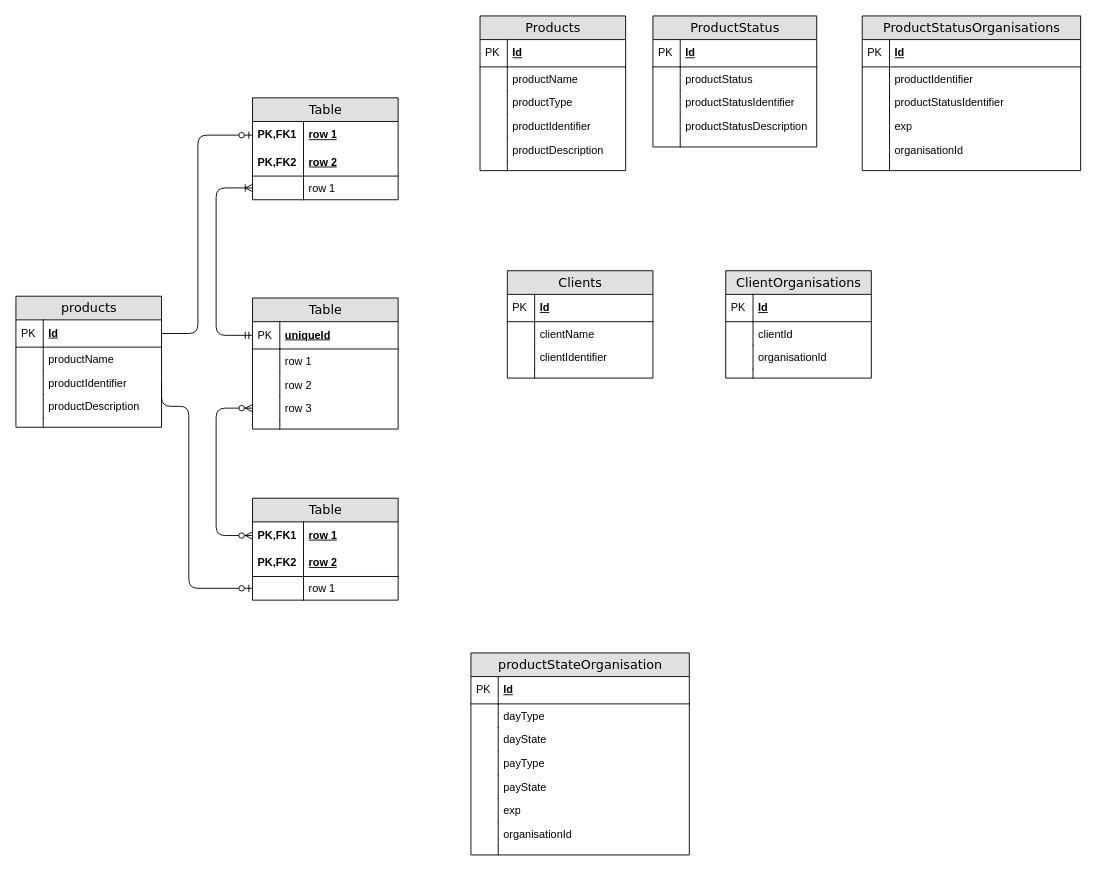
Earlier version of the draw.io diagram backStageRelation.drawio (Shiva1010/myFlow). Source tidied: cells renumbered, new cells numbered last; positions are measured from the earlier drawing's top-left corner, leaving out a move shared by most shapes. Both pictures are drawn from the tidied source at 91%, with x=0, y=0 at pixel (15, 15).
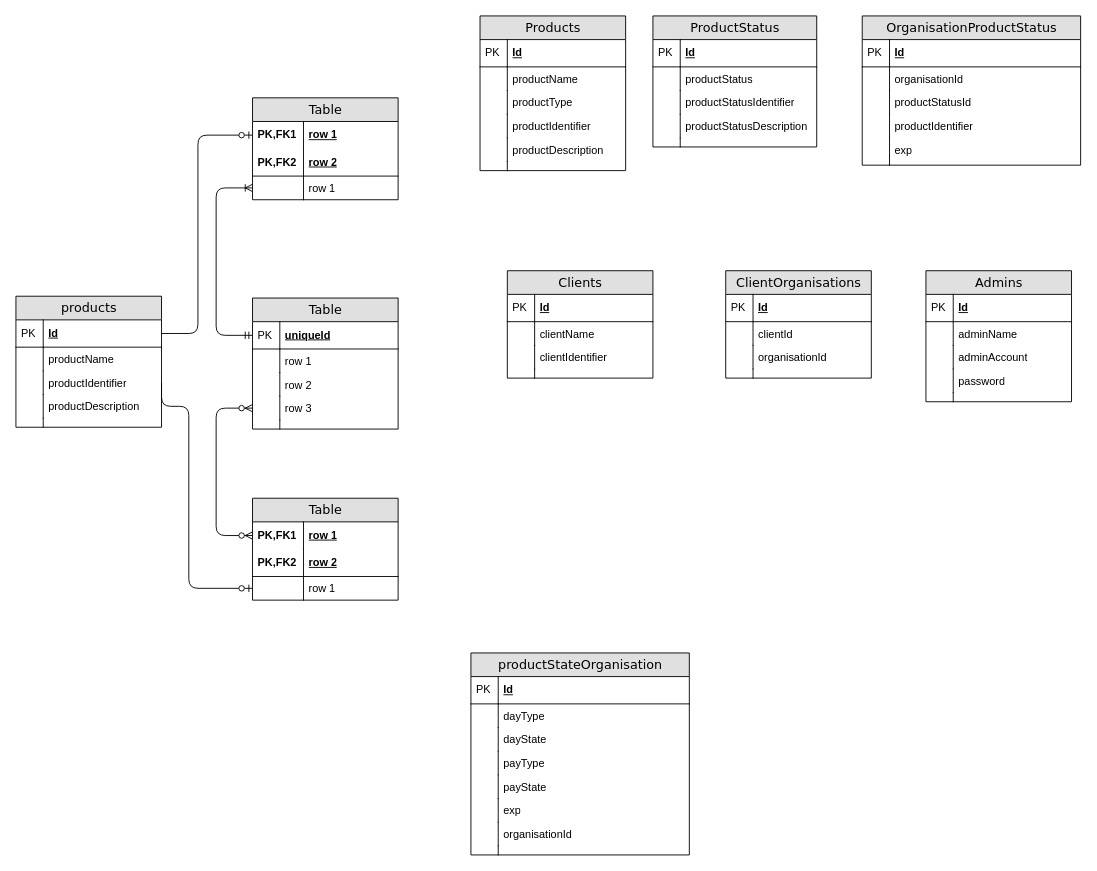
The same diagram, later.

Change to the diagram source:
```diff
@@
-    <mxCell id="42" value="ProductStatusOrganisations" style="swimlane;html=1;fontStyle=0;horizontal=1;startSize=26;fillColor=#e0e0e0;swimlaneFillColor=#ffffff;align=center;rounded=0;shadow=0;comic=0;labelBackgroundColor=none;strokeWidth=1;fontFamily=Verdana;fontSize=14;" parent="1" vertex="1">
-      <mxGeometry x="930" width="240" height="170" as="geometry" />
+    <mxCell id="42" value="OrganisationProductStatus" style="swimlane;html=1;fontStyle=0;horizontal=1;startSize=26;fillColor=#e0e0e0;swimlaneFillColor=#ffffff;align=center;rounded=0;shadow=0;comic=0;labelBackgroundColor=none;strokeWidth=1;fontFamily=Verdana;fontSize=14;" parent="1" vertex="1">
+      <mxGeometry x="930" width="240" height="164" as="geometry" />
     </mxCell>
@@
-    <mxCell id="45" value="productIdentifier" style="shape=partialRectangle;top=0;left=0;right=0;bottom=0;html=1;align=left;verticalAlign=top;fillColor=none;spacingLeft=34;spacingRight=4;whiteSpace=wrap;overflow=hidden;" parent="42" vertex="1">
-      <mxGeometry y="56" width="240" height="26" as="geometry" />
-    </mxCell>
-    <mxCell id="46" style="shape=partialRectangle;top=0;left=0;bottom=0;html=1;fillColor=none;align=left;verticalAlign=top;spacingLeft=4;spacingRight=4;whiteSpace=wrap;overflow=hidden;" parent="45" vertex="1">
-      <mxGeometry width="30" height="26" as="geometry" />
-    </mxCell>
+    <mxCell id="51" value="organisationId" style="shape=partialRectangle;top=0;left=0;right=0;bottom=0;html=1;align=left;verticalAlign=top;fillColor=none;spacingLeft=34;spacingRight=4;whiteSpace=wrap;overflow=hidden;" parent="42" vertex="1">
+      <mxGeometry y="56" width="240" height="26" as="geometry" />
+    </mxCell>
+    <mxCell id="52" style="shape=partialRectangle;top=0;left=0;bottom=0;html=1;fillColor=none;align=left;verticalAlign=top;spacingLeft=4;spacingRight=4;whiteSpace=wrap;overflow=hidden;" parent="51" vertex="1">
+      <mxGeometry width="30" height="26" as="geometry" />
+    </mxCell>
-    <mxCell id="47" value="productStatusIdentifier" style="shape=partialRectangle;top=0;left=0;right=0;bottom=0;html=1;align=left;verticalAlign=top;fillColor=none;spacingLeft=34;spacingRight=4;whiteSpace=wrap;overflow=hidden;" parent="42" vertex="1">
+    <mxCell id="47" value="productStatusId" style="shape=partialRectangle;top=0;left=0;right=0;bottom=0;html=1;align=left;verticalAlign=top;fillColor=none;spacingLeft=34;spacingRight=4;whiteSpace=wrap;overflow=hidden;" parent="42" vertex="1">
       <mxGeometry y="82" width="240" height="26" as="geometry" />
     </mxCell>
@@
+    <mxCell id="45" value="productIdentifier" style="shape=partialRectangle;top=0;left=0;right=0;bottom=0;html=1;align=left;verticalAlign=top;fillColor=none;spacingLeft=34;spacingRight=4;whiteSpace=wrap;overflow=hidden;" parent="42" vertex="1">
+      <mxGeometry y="108" width="240" height="26" as="geometry" />
+    </mxCell>
+    <mxCell id="114" style="shape=partialRectangle;top=0;left=0;bottom=0;html=1;fillColor=none;align=left;verticalAlign=top;spacingLeft=4;spacingRight=4;whiteSpace=wrap;overflow=hidden;" parent="45" vertex="1">
+      <mxGeometry width="30" height="26" as="geometry" />
+    </mxCell>
     <mxCell id="49" value="exp&lt;br&gt;" style="shape=partialRectangle;top=0;left=0;right=0;bottom=0;html=1;align=left;verticalAlign=top;fillColor=none;spacingLeft=34;spacingRight=4;whiteSpace=wrap;overflow=hidden;" parent="42" vertex="1">
-      <mxGeometry y="108" width="240" height="26" as="geometry" />
+      <mxGeometry y="134" width="240" height="20" as="geometry" />
     </mxCell>
     <mxCell id="50" style="shape=partialRectangle;top=0;left=0;bottom=0;html=1;fillColor=none;align=left;verticalAlign=top;spacingLeft=4;spacingRight=4;whiteSpace=wrap;overflow=hidden;" parent="49" vertex="1">
-      <mxGeometry width="30" height="26" as="geometry" />
+      <mxGeometry width="30" height="20" as="geometry" />
     </mxCell>
-    <mxCell id="51" value="organisationId" style="shape=partialRectangle;top=0;left=0;right=0;bottom=0;html=1;align=left;verticalAlign=top;fillColor=none;spacingLeft=34;spacingRight=4;whiteSpace=wrap;overflow=hidden;" parent="42" vertex="1">
-      <mxGeometry y="134" width="240" height="26" as="geometry" />
-    </mxCell>
-    <mxCell id="52" style="shape=partialRectangle;top=0;left=0;bottom=0;html=1;fillColor=none;align=left;verticalAlign=top;spacingLeft=4;spacingRight=4;whiteSpace=wrap;overflow=hidden;" parent="51" vertex="1">
-      <mxGeometry width="30" height="26" as="geometry" />
-    </mxCell>
     <mxCell id="53" style="shape=partialRectangle;top=0;left=0;right=0;bottom=0;html=1;align=left;verticalAlign=top;fillColor=none;spacingLeft=34;spacingRight=4;whiteSpace=wrap;overflow=hidden;" parent="42" vertex="1">
-      <mxGeometry y="160" width="240" height="10" as="geometry" />
+      <mxGeometry y="154" width="240" height="10" as="geometry" />
     </mxCell>
@@
+    <mxCell id="115" value="Admins" style="swimlane;html=1;fontStyle=0;horizontal=1;startSize=26;fillColor=#e0e0e0;swimlaneFillColor=#ffffff;align=center;rounded=0;shadow=0;comic=0;labelBackgroundColor=none;strokeWidth=1;fontFamily=Verdana;fontSize=14;" parent="1" vertex="1">
+      <mxGeometry x="1000" y="280" width="160" height="144" as="geometry" />
+    </mxCell>
+    <mxCell id="116" value="Id" style="shape=partialRectangle;top=0;left=0;right=0;bottom=1;html=1;align=left;verticalAlign=middle;fillColor=none;spacingLeft=34;spacingRight=4;whiteSpace=wrap;overflow=hidden;fontStyle=5;" parent="115" vertex="1">
+      <mxGeometry y="26" width="160" height="30" as="geometry" />
+    </mxCell>
+    <mxCell id="117" value="PK" style="shape=partialRectangle;top=0;left=0;bottom=0;html=1;fillColor=none;align=left;verticalAlign=middle;spacingLeft=4;spacingRight=4;whiteSpace=wrap;overflow=hidden;" parent="116" vertex="1">
+      <mxGeometry width="30" height="30" as="geometry" />
+    </mxCell>
+    <mxCell id="118" value="adminName" style="shape=partialRectangle;top=0;left=0;right=0;bottom=0;html=1;align=left;verticalAlign=top;fillColor=none;spacingLeft=34;spacingRight=4;whiteSpace=wrap;overflow=hidden;" parent="115" vertex="1">
+      <mxGeometry y="56" width="160" height="26" as="geometry" />
+    </mxCell>
+    <mxCell id="119" style="shape=partialRectangle;top=0;left=0;bottom=0;html=1;fillColor=none;align=left;verticalAlign=top;spacingLeft=4;spacingRight=4;whiteSpace=wrap;overflow=hidden;" parent="118" vertex="1">
+      <mxGeometry width="30" height="26" as="geometry" />
+    </mxCell>
+    <mxCell id="120" value="adminAccount" style="shape=partialRectangle;top=0;left=0;right=0;bottom=0;html=1;align=left;verticalAlign=top;fillColor=none;spacingLeft=34;spacingRight=4;whiteSpace=wrap;overflow=hidden;" parent="115" vertex="1">
+      <mxGeometry y="82" width="160" height="26" as="geometry" />
+    </mxCell>
+    <mxCell id="121" style="shape=partialRectangle;top=0;left=0;bottom=0;html=1;fillColor=none;align=left;verticalAlign=top;spacingLeft=4;spacingRight=4;whiteSpace=wrap;overflow=hidden;" parent="120" vertex="1">
+      <mxGeometry width="30" height="26" as="geometry" />
+    </mxCell>
+    <mxCell id="122" value="password" style="shape=partialRectangle;top=0;left=0;right=0;bottom=0;html=1;align=left;verticalAlign=top;fillColor=none;spacingLeft=34;spacingRight=4;whiteSpace=wrap;overflow=hidden;" parent="115" vertex="1">
+      <mxGeometry y="108" width="160" height="26" as="geometry" />
+    </mxCell>
+    <mxCell id="123" style="shape=partialRectangle;top=0;left=0;bottom=0;html=1;fillColor=none;align=left;verticalAlign=top;spacingLeft=4;spacingRight=4;whiteSpace=wrap;overflow=hidden;" parent="122" vertex="1">
+      <mxGeometry width="30" height="26" as="geometry" />
+    </mxCell>
+    <mxCell id="124" style="shape=partialRectangle;top=0;left=0;right=0;bottom=0;html=1;align=left;verticalAlign=top;fillColor=none;spacingLeft=34;spacingRight=4;whiteSpace=wrap;overflow=hidden;" parent="115" vertex="1">
+      <mxGeometry y="134" width="160" height="10" as="geometry" />
+    </mxCell>
+    <mxCell id="125" style="shape=partialRectangle;top=0;left=0;bottom=0;html=1;fillColor=none;align=left;verticalAlign=top;spacingLeft=4;spacingRight=4;whiteSpace=wrap;overflow=hidden;" parent="124" vertex="1">
+      <mxGeometry width="30" height="10" as="geometry" />
+    </mxCell>
```
